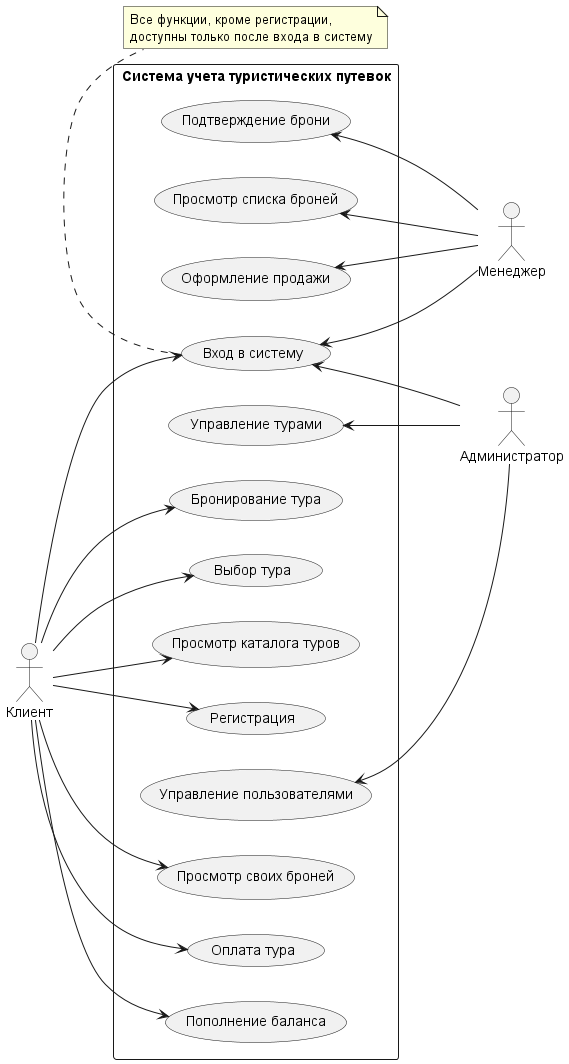
Before: docs/diagrams/use_case.png, a diagram exported from PlantUML (ego1sto666/accounting-for-travel-packages).
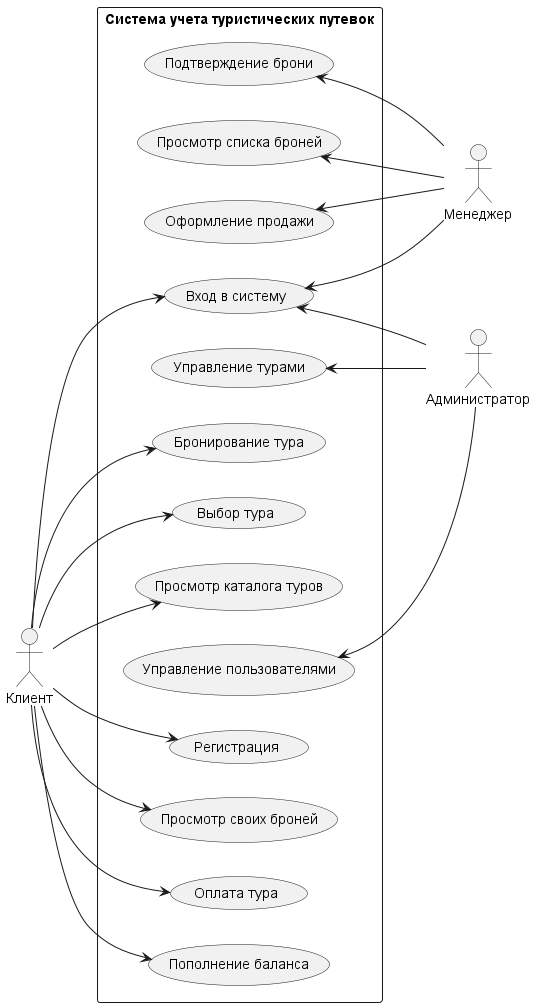
Later version of the same file.

Commit message:
Use case: убрана заметка о входе в систему

The edit, as a diff of the source:
```diff
@@ -43,8 +43,5 @@
 UC_Tours <-- Admin
 UC_Users <-- Admin
 
-note bottom of UC_Login
-  Все функции, кроме регистрации,
-  доступны только после входа в систему
-end note
+
 @enduml
```
